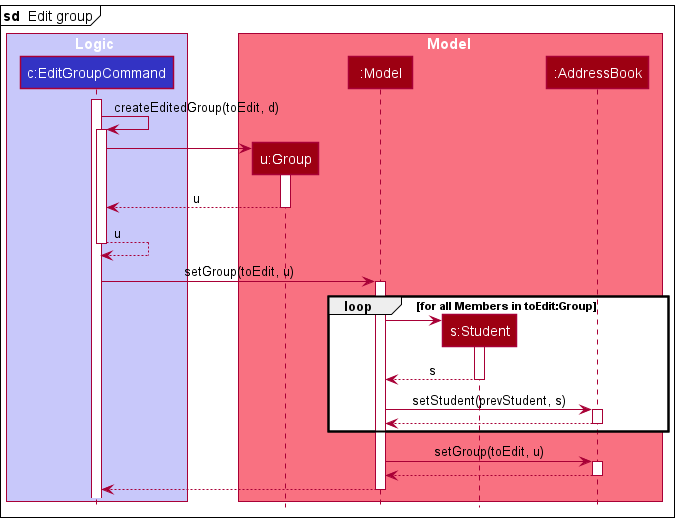
Before: docs/images/EditGroupCommandRefSequenceDiagram.png, a diagram exported from PlantUML (nus-cs2103-AY2122S1/tp).
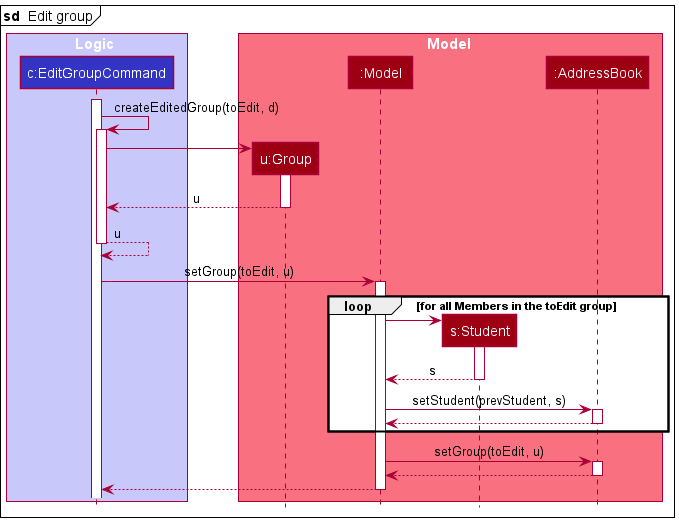
The same diagram one commit later.

What changed in the source:
```diff
@@ -31,7 +31,7 @@
 EditGroupCommand -> Model : setGroup(toEdit, u)
 activate Model
 
-loop for all Members in toEdit:Group
+loop for all Members in the toEdit group
 create Student
 Model -> Student
 activate Student
```
